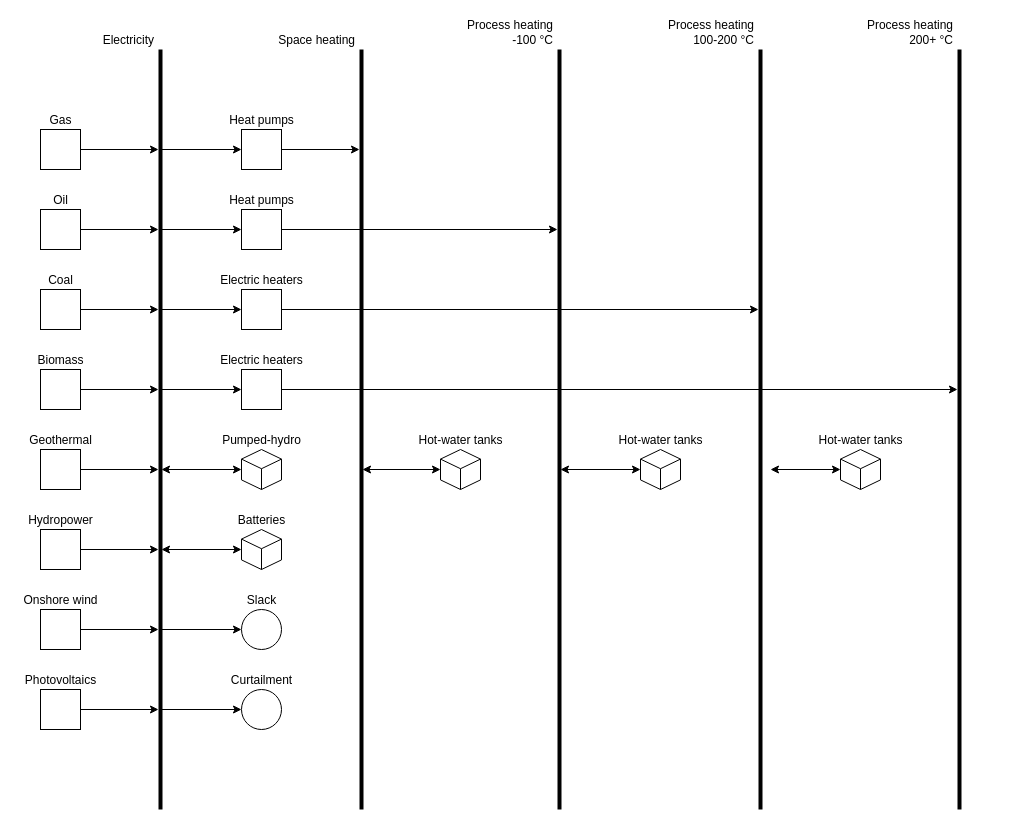
Above: docs/reference_energy_system.drawio in borvendegmate/thesis_bayern_model (draw.io), before the change. Source tidied: cells renumbered, new cells numbered last; positions are measured from the earlier drawing's top-left corner, leaving out a move shared by most shapes. Both pictures are drawn from the tidied source at 100%, with x=0, y=0 at pixel (40, 49).
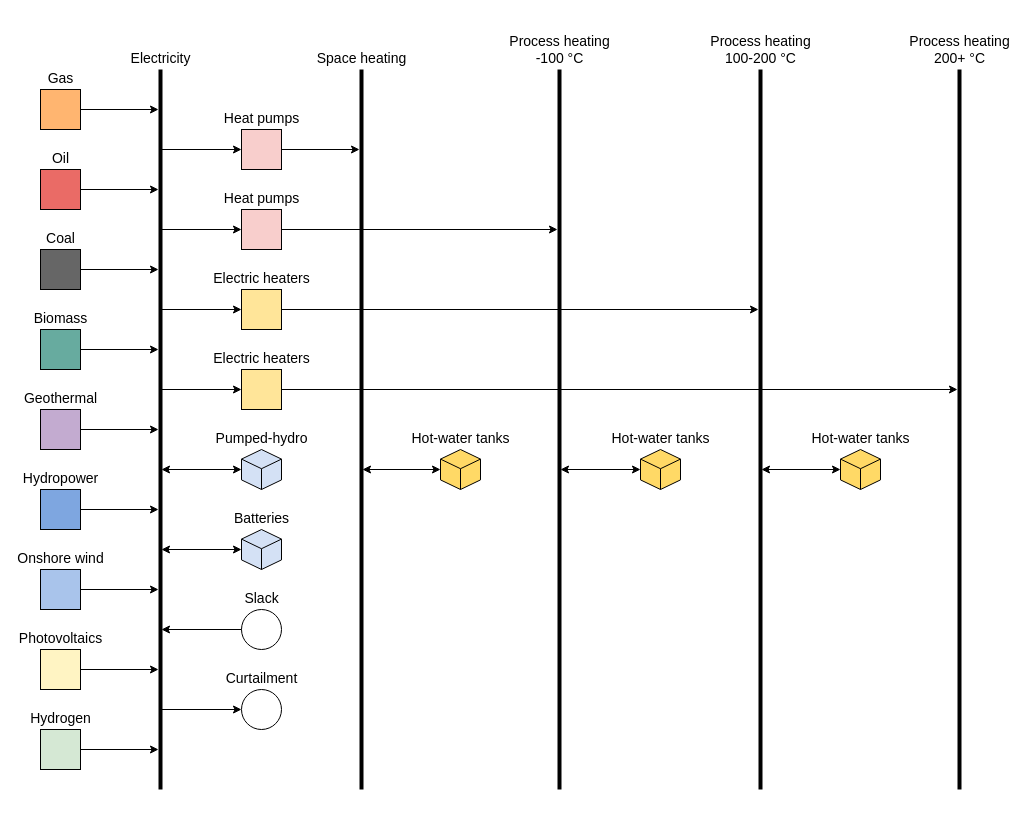
Above is the later version.

What changed in the source:
```diff
@@
-    <mxCell id="2" value="Electricity" style="line;strokeWidth=4;direction=south;html=1;perimeter=backbonePerimeter;points=[];outlineConnect=0;labelPosition=left;verticalLabelPosition=top;align=right;verticalAlign=bottom;horizontal=1;spacingTop=8;spacing=2;" parent="1" vertex="1">
-      <mxGeometry x="115" width="10" height="760" as="geometry" />
+    <mxCell id="2" value="Electricity" style="line;strokeWidth=4;direction=south;html=1;perimeter=backbonePerimeter;points=[];outlineConnect=0;labelPosition=center;verticalLabelPosition=top;align=center;verticalAlign=bottom;horizontal=1;spacingTop=8;spacing=2;fontSize=14;" parent="1" vertex="1">
+      <mxGeometry x="115" y="20" width="10" height="720" as="geometry" />
     </mxCell>
-    <mxCell id="3" value="Space heating" style="line;strokeWidth=4;direction=south;html=1;perimeter=backbonePerimeter;points=[];outlineConnect=0;labelPosition=left;verticalLabelPosition=top;align=right;verticalAlign=bottom;horizontal=1;spacingTop=8;spacing=2;" parent="1" vertex="1">
-      <mxGeometry x="316" width="10" height="760" as="geometry" />
+    <mxCell id="3" value="Space heating" style="line;strokeWidth=4;direction=south;html=1;perimeter=backbonePerimeter;points=[];outlineConnect=0;labelPosition=center;verticalLabelPosition=top;align=center;verticalAlign=bottom;horizontal=1;spacingTop=8;spacing=2;fontSize=14;" parent="1" vertex="1">
+      <mxGeometry x="316" y="20" width="10" height="720" as="geometry" />
     </mxCell>
-    <mxCell id="4" value="Process heating&lt;br&gt;100-200 °C" style="line;strokeWidth=4;direction=south;html=1;perimeter=backbonePerimeter;points=[];outlineConnect=0;labelPosition=left;verticalLabelPosition=top;align=right;verticalAlign=bottom;horizontal=1;spacingTop=8;spacing=2;" parent="1" vertex="1">
-      <mxGeometry x="715" width="10" height="760" as="geometry" />
+    <mxCell id="4" value="Process heating&lt;br style=&quot;font-size: 14px;&quot;&gt;100-200 °C" style="line;strokeWidth=4;direction=south;html=1;perimeter=backbonePerimeter;points=[];outlineConnect=0;labelPosition=center;verticalLabelPosition=top;align=center;verticalAlign=bottom;horizontal=1;spacingTop=8;spacing=2;fontSize=14;" parent="1" vertex="1">
+      <mxGeometry x="715" y="20" width="10" height="720" as="geometry" />
     </mxCell>
-    <mxCell id="5" value="Process heating&lt;br&gt;-100 °C" style="line;strokeWidth=4;direction=south;html=1;perimeter=backbonePerimeter;points=[];outlineConnect=0;labelPosition=left;verticalLabelPosition=top;align=right;verticalAlign=bottom;horizontal=1;spacingTop=8;spacing=2;" parent="1" vertex="1">
-      <mxGeometry x="514" width="10" height="760" as="geometry" />
+    <mxCell id="5" value="Process heating&lt;br style=&quot;font-size: 14px;&quot;&gt;-100 °C" style="line;strokeWidth=4;direction=south;html=1;perimeter=backbonePerimeter;points=[];outlineConnect=0;labelPosition=center;verticalLabelPosition=top;align=center;verticalAlign=bottom;horizontal=1;spacingTop=8;spacing=2;fontSize=14;" parent="1" vertex="1">
+      <mxGeometry x="514" y="20" width="10" height="720" as="geometry" />
     </mxCell>
-    <mxCell id="6" value="Process heating&lt;br&gt;200+&amp;nbsp;°C" style="line;strokeWidth=4;direction=south;html=1;perimeter=backbonePerimeter;points=[];outlineConnect=0;labelPosition=left;verticalLabelPosition=top;align=right;verticalAlign=bottom;horizontal=1;spacingTop=8;spacing=2;" parent="1" vertex="1">
-      <mxGeometry x="914" width="10" height="760" as="geometry" />
+    <mxCell id="6" value="Process heating&lt;br style=&quot;font-size: 14px;&quot;&gt;200+&amp;nbsp;°C" style="line;strokeWidth=4;direction=south;html=1;perimeter=backbonePerimeter;points=[];outlineConnect=0;labelPosition=center;verticalLabelPosition=top;align=center;verticalAlign=bottom;horizontal=1;spacingTop=8;spacing=2;fontSize=14;" parent="1" vertex="1">
+      <mxGeometry x="914" y="20" width="10" height="720" as="geometry" />
     </mxCell>
-    <mxCell id="7" value="Gas" style="rounded=0;html=1;verticalAlign=bottom;labelPosition=center;verticalLabelPosition=top;align=center;" parent="1" vertex="1">
-      <mxGeometry y="80" width="40" height="40" as="geometry" />
+    <mxCell id="7" value="Gas" style="rounded=0;html=1;verticalAlign=bottom;labelPosition=center;verticalLabelPosition=top;align=center;fillColor=#FFB570;fontSize=14;" parent="1" vertex="1">
+      <mxGeometry y="40" width="40" height="40" as="geometry" />
     </mxCell>
-    <mxCell id="8" value="Oil" style="rounded=0;html=1;verticalAlign=bottom;labelPosition=center;verticalLabelPosition=top;align=center;" parent="1" vertex="1">
-      <mxGeometry y="160" width="40" height="40" as="geometry" />
+    <mxCell id="8" value="Oil" style="rounded=0;html=1;verticalAlign=bottom;labelPosition=center;verticalLabelPosition=top;align=center;fillColor=#EA6B66;fontSize=14;" parent="1" vertex="1">
+      <mxGeometry y="120" width="40" height="40" as="geometry" />
     </mxCell>
-    <mxCell id="9" value="Coal" style="rounded=0;html=1;verticalAlign=bottom;labelPosition=center;verticalLabelPosition=top;align=center;" parent="1" vertex="1">
-      <mxGeometry y="240" width="40" height="40" as="geometry" />
+    <mxCell id="9" value="Coal" style="rounded=0;html=1;verticalAlign=bottom;labelPosition=center;verticalLabelPosition=top;align=center;fillColor=#666666;fontSize=14;" parent="1" vertex="1">
+      <mxGeometry y="200" width="40" height="40" as="geometry" />
     </mxCell>
-    <mxCell id="10" value="Biomass" style="rounded=0;html=1;verticalAlign=bottom;labelPosition=center;verticalLabelPosition=top;align=center;" parent="1" vertex="1">
-      <mxGeometry y="320" width="40" height="40" as="geometry" />
+    <mxCell id="10" value="Biomass" style="rounded=0;html=1;verticalAlign=bottom;labelPosition=center;verticalLabelPosition=top;align=center;fillColor=#67AB9F;fontSize=14;" parent="1" vertex="1">
+      <mxGeometry y="280" width="40" height="40" as="geometry" />
     </mxCell>
-    <mxCell id="11" value="Geothermal" style="rounded=0;html=1;verticalAlign=bottom;labelPosition=center;verticalLabelPosition=top;align=center;" parent="1" vertex="1">
-      <mxGeometry y="400" width="40" height="40" as="geometry" />
+    <mxCell id="11" value="Geothermal" style="rounded=0;html=1;verticalAlign=bottom;labelPosition=center;verticalLabelPosition=top;align=center;fillColor=#C3ABD0;fontSize=14;" parent="1" vertex="1">
+      <mxGeometry y="360" width="40" height="40" as="geometry" />
     </mxCell>
-    <mxCell id="12" value="Hydropower" style="rounded=0;html=1;verticalAlign=bottom;labelPosition=center;verticalLabelPosition=top;align=center;direction=south;" parent="1" vertex="1">
-      <mxGeometry y="480" width="40" height="40" as="geometry" />
+    <mxCell id="12" value="Hydropower" style="rounded=0;html=1;verticalAlign=bottom;labelPosition=center;verticalLabelPosition=top;align=center;direction=south;fillColor=#7EA6E0;fontSize=14;" parent="1" vertex="1">
+      <mxGeometry y="440" width="40" height="40" as="geometry" />
     </mxCell>
-    <mxCell id="13" value="Onshore wind" style="rounded=0;html=1;verticalAlign=bottom;labelPosition=center;verticalLabelPosition=top;align=center;" parent="1" vertex="1">
-      <mxGeometry y="560" width="40" height="40" as="geometry" />
+    <mxCell id="13" value="Onshore wind" style="rounded=0;html=1;verticalAlign=bottom;labelPosition=center;verticalLabelPosition=top;align=center;fillColor=#A9C4EB;fontSize=14;" parent="1" vertex="1">
+      <mxGeometry y="520" width="40" height="40" as="geometry" />
     </mxCell>
-    <mxCell id="14" value="Photovoltaics" style="rounded=0;html=1;verticalAlign=bottom;labelPosition=center;verticalLabelPosition=top;align=center;" parent="1" vertex="1">
-      <mxGeometry y="640" width="40" height="40" as="geometry" />
+    <mxCell id="14" value="Photovoltaics" style="rounded=0;html=1;verticalAlign=bottom;labelPosition=center;verticalLabelPosition=top;align=center;fillColor=#FFF4C3;fontSize=14;" parent="1" vertex="1">
+      <mxGeometry y="600" width="40" height="40" as="geometry" />
     </mxCell>
-    <mxCell id="15" style="endArrow=classic;html=1;rounded=0;exitX=1;exitY=0.5;exitDx=0;exitDy=0;" parent="1" edge="1" source="7" target="2">
-      <mxGeometry relative="1" as="geometry" />
+    <mxCell id="15" style="endArrow=classic;html=1;rounded=0;exitX=1;exitY=0.5;exitDx=0;exitDy=0;fontSize=14;" parent="1" edge="1" source="7">
+      <mxGeometry relative="1" as="geometry">
+        <mxPoint x="118" y="60" as="targetPoint" />
+      </mxGeometry>
     </mxCell>
-    <mxCell id="16" style="endArrow=classic;html=1;rounded=0;exitX=1;exitY=0.5;exitDx=0;exitDy=0;" parent="1" edge="1" source="8" target="2">
-      <mxGeometry relative="1" as="geometry" />
+    <mxCell id="16" style="endArrow=classic;html=1;rounded=0;exitX=1;exitY=0.5;exitDx=0;exitDy=0;fontSize=14;" parent="1" edge="1" source="8">
+      <mxGeometry relative="1" as="geometry">
+        <mxPoint x="118" y="140" as="targetPoint" />
+      </mxGeometry>
     </mxCell>
-    <mxCell id="17" style="endArrow=classic;html=1;rounded=0;exitX=1;exitY=0.5;exitDx=0;exitDy=0;" parent="1" edge="1" source="9" target="2">
-      <mxGeometry relative="1" as="geometry" />
+    <mxCell id="17" style="endArrow=classic;html=1;rounded=0;exitX=1;exitY=0.5;exitDx=0;exitDy=0;fontSize=14;" parent="1" edge="1" source="9">
+      <mxGeometry relative="1" as="geometry">
+        <mxPoint x="118" y="220" as="targetPoint" />
+      </mxGeometry>
     </mxCell>
-    <mxCell id="18" style="endArrow=classic;html=1;rounded=0;exitX=1;exitY=0.5;exitDx=0;exitDy=0;" parent="1" edge="1" source="10" target="2">
-      <mxGeometry relative="1" as="geometry" />
+    <mxCell id="18" style="endArrow=classic;html=1;rounded=0;exitX=1;exitY=0.5;exitDx=0;exitDy=0;fontSize=14;" parent="1" edge="1" source="10">
+      <mxGeometry relative="1" as="geometry">
+        <mxPoint x="118" y="300" as="targetPoint" />
+      </mxGeometry>
     </mxCell>
-    <mxCell id="19" style="endArrow=classic;html=1;rounded=0;exitX=1;exitY=0.5;exitDx=0;exitDy=0;" parent="1" edge="1" source="11" target="2">
-      <mxGeometry relative="1" as="geometry" />
+    <mxCell id="19" style="endArrow=classic;html=1;rounded=0;exitX=1;exitY=0.5;exitDx=0;exitDy=0;fontSize=14;" parent="1" edge="1" source="11">
+      <mxGeometry relative="1" as="geometry">
+        <mxPoint x="118" y="380" as="targetPoint" />
+      </mxGeometry>
     </mxCell>
-    <mxCell id="20" style="endArrow=classic;html=1;rounded=0;exitX=0.5;exitY=0;exitDx=0;exitDy=0;" parent="1" edge="1" source="12" target="2">
-      <mxGeometry relative="1" as="geometry" />
+    <mxCell id="20" style="endArrow=classic;html=1;rounded=0;exitX=0.5;exitY=0;exitDx=0;exitDy=0;fontSize=14;" parent="1" edge="1" source="12">
+      <mxGeometry relative="1" as="geometry">
+        <mxPoint x="118" y="460" as="targetPoint" />
+      </mxGeometry>
     </mxCell>
-    <mxCell id="21" style="endArrow=classic;html=1;rounded=0;exitX=1;exitY=0.5;exitDx=0;exitDy=0;" parent="1" edge="1" source="13" target="2">
-      <mxGeometry relative="1" as="geometry" />
+    <mxCell id="21" style="endArrow=classic;html=1;rounded=0;exitX=1;exitY=0.5;exitDx=0;exitDy=0;fontSize=14;" parent="1" edge="1" source="13">
+      <mxGeometry relative="1" as="geometry">
+        <mxPoint x="118" y="540" as="targetPoint" />
+      </mxGeometry>
     </mxCell>
-    <mxCell id="22" style="endArrow=classic;html=1;rounded=0;exitX=1;exitY=0.5;exitDx=0;exitDy=0;" parent="1" edge="1" source="14" target="2">
-      <mxGeometry relative="1" as="geometry" />
+    <mxCell id="22" style="endArrow=classic;html=1;rounded=0;exitX=1;exitY=0.5;exitDx=0;exitDy=0;fontSize=14;" parent="1" edge="1" source="14">
+      <mxGeometry relative="1" as="geometry">
+        <mxPoint x="118" y="620" as="targetPoint" />
+      </mxGeometry>
     </mxCell>
-    <mxCell id="23" value="Heat pumps" style="rounded=0;html=1;verticalAlign=bottom;labelPosition=center;verticalLabelPosition=top;align=center;" parent="1" vertex="1">
+    <mxCell id="23" value="Heat pumps" style="rounded=0;html=1;verticalAlign=bottom;labelPosition=center;verticalLabelPosition=top;align=center;fillColor=#F8CECC;fontSize=14;" parent="1" vertex="1">
       <mxGeometry x="201" y="80" width="40" height="40" as="geometry" />
     </mxCell>
-    <mxCell id="24" style="endArrow=classic;html=1;rounded=0;entryX=0;entryY=0.5;entryDx=0;entryDy=0;" parent="1" edge="1" source="2" target="23">
+    <mxCell id="24" style="endArrow=classic;html=1;rounded=0;entryX=0;entryY=0.5;entryDx=0;entryDy=0;fontSize=14;" parent="1" edge="1" source="2" target="23">
       <mxGeometry relative="1" as="geometry" />
     </mxCell>
-    <mxCell id="25" style="endArrow=classic;html=1;rounded=0;exitX=1;exitY=0.5;exitDx=0;exitDy=0;" parent="1" edge="1" source="23" target="3">
+    <mxCell id="25" style="endArrow=classic;html=1;rounded=0;exitX=1;exitY=0.5;exitDx=0;exitDy=0;fontSize=14;" parent="1" edge="1" source="23" target="3">
       <mxGeometry relative="1" as="geometry" />
     </mxCell>
-    <mxCell id="26" value="Heat pumps" style="rounded=0;html=1;verticalAlign=bottom;labelPosition=center;verticalLabelPosition=top;align=center;" parent="1" vertex="1">
+    <mxCell id="26" value="Heat pumps" style="rounded=0;html=1;verticalAlign=bottom;labelPosition=center;verticalLabelPosition=top;align=center;fillColor=#F8CECC;fontSize=14;" parent="1" vertex="1">
       <mxGeometry x="201" y="160" width="40" height="40" as="geometry" />
     </mxCell>
-    <mxCell id="27" style="endArrow=classic;html=1;rounded=0;entryX=0;entryY=0.5;entryDx=0;entryDy=0;" parent="1" edge="1" source="2" target="26">
+    <mxCell id="27" style="endArrow=classic;html=1;rounded=0;entryX=0;entryY=0.5;entryDx=0;entryDy=0;fontSize=14;" parent="1" edge="1" source="2" target="26">
       <mxGeometry relative="1" as="geometry" />
     </mxCell>
-    <mxCell id="28" style="endArrow=classic;html=1;rounded=0;exitX=1;exitY=0.5;exitDx=0;exitDy=0;" parent="1" edge="1" source="26" target="5">
+    <mxCell id="28" style="endArrow=classic;html=1;rounded=0;exitX=1;exitY=0.5;exitDx=0;exitDy=0;fontSize=14;" parent="1" edge="1" source="26" target="5">
       <mxGeometry relative="1" as="geometry" />
     </mxCell>
-    <mxCell id="29" value="Electric heaters" style="rounded=0;html=1;verticalAlign=bottom;labelPosition=center;verticalLabelPosition=top;align=center;" parent="1" vertex="1">
+    <mxCell id="29" value="Electric heaters" style="rounded=0;html=1;verticalAlign=bottom;labelPosition=center;verticalLabelPosition=top;align=center;fillColor=#FFE599;fontSize=14;" parent="1" vertex="1">
       <mxGeometry x="201" y="240" width="40" height="40" as="geometry" />
     </mxCell>
-    <mxCell id="30" style="endArrow=classic;html=1;rounded=0;entryX=0;entryY=0.5;entryDx=0;entryDy=0;" parent="1" edge="1" source="2" target="29">
+    <mxCell id="30" style="endArrow=classic;html=1;rounded=0;entryX=0;entryY=0.5;entryDx=0;entryDy=0;fontSize=14;" parent="1" edge="1" source="2" target="29">
       <mxGeometry relative="1" as="geometry" />
     </mxCell>
-    <mxCell id="31" style="endArrow=classic;html=1;rounded=0;exitX=1;exitY=0.5;exitDx=0;exitDy=0;" parent="1" edge="1" source="29" target="4">
+    <mxCell id="31" style="endArrow=classic;html=1;rounded=0;exitX=1;exitY=0.5;exitDx=0;exitDy=0;fontSize=14;" parent="1" edge="1" source="29" target="4">
       <mxGeometry relative="1" as="geometry" />
     </mxCell>
-    <mxCell id="32" value="Electric heaters" style="rounded=0;html=1;verticalAlign=bottom;labelPosition=center;verticalLabelPosition=top;align=center;" parent="1" vertex="1">
+    <mxCell id="32" value="Electric heaters" style="rounded=0;html=1;verticalAlign=bottom;labelPosition=center;verticalLabelPosition=top;align=center;fillColor=#FFE599;fontSize=14;" parent="1" vertex="1">
       <mxGeometry x="201" y="320" width="40" height="40" as="geometry" />
     </mxCell>
-    <mxCell id="33" style="endArrow=classic;html=1;rounded=0;entryX=0;entryY=0.5;entryDx=0;entryDy=0;" parent="1" edge="1" source="2" target="32">
+    <mxCell id="33" style="endArrow=classic;html=1;rounded=0;entryX=0;entryY=0.5;entryDx=0;entryDy=0;fontSize=14;" parent="1" edge="1" source="2" target="32">
       <mxGeometry relative="1" as="geometry" />
     </mxCell>
-    <mxCell id="34" style="endArrow=classic;html=1;rounded=0;exitX=1;exitY=0.5;exitDx=0;exitDy=0;" parent="1" edge="1" source="32" target="6">
+    <mxCell id="34" style="endArrow=classic;html=1;rounded=0;exitX=1;exitY=0.5;exitDx=0;exitDy=0;fontSize=14;" parent="1" edge="1" source="32" target="6">
       <mxGeometry relative="1" as="geometry" />
     </mxCell>
-    <mxCell id="35" value="Pumped-hydro" style="html=1;shape=isoCube2;backgroundOutline=1;isoAngle=15;labelPosition=center;verticalLabelPosition=top;align=center;verticalAlign=bottom;" parent="1" vertex="1">
+    <mxCell id="35" value="Pumped-hydro" style="html=1;shape=isoCube2;backgroundOutline=1;isoAngle=15;labelPosition=center;verticalLabelPosition=top;align=center;verticalAlign=bottom;fillColor=#D4E1F5;fontSize=14;" parent="1" vertex="1">
       <mxGeometry x="201" y="400" width="40" height="40" as="geometry" />
     </mxCell>
-    <mxCell id="36" value="Batteries" style="html=1;shape=isoCube2;backgroundOutline=1;isoAngle=15;labelPosition=center;verticalLabelPosition=top;align=center;verticalAlign=bottom;" parent="1" vertex="1">
+    <mxCell id="36" value="Batteries" style="html=1;shape=isoCube2;backgroundOutline=1;isoAngle=15;labelPosition=center;verticalLabelPosition=top;align=center;verticalAlign=bottom;fillColor=#D4E1F5;fontSize=14;" parent="1" vertex="1">
       <mxGeometry x="201" y="480" width="40" height="40" as="geometry" />
     </mxCell>
-    <mxCell id="37" value="Hot-water tanks" style="html=1;shape=isoCube2;backgroundOutline=1;isoAngle=15;labelPosition=center;verticalLabelPosition=top;align=center;verticalAlign=bottom;" parent="1" vertex="1">
+    <mxCell id="37" value="Hot-water tanks" style="html=1;shape=isoCube2;backgroundOutline=1;isoAngle=15;labelPosition=center;verticalLabelPosition=top;align=center;verticalAlign=bottom;fillColor=#FFD966;fontSize=14;" parent="1" vertex="1">
       <mxGeometry x="400" y="400" width="40" height="40" as="geometry" />
     </mxCell>
-    <mxCell id="38" value="Hot-water tanks" style="html=1;shape=isoCube2;backgroundOutline=1;isoAngle=15;labelPosition=center;verticalLabelPosition=top;align=center;verticalAlign=bottom;" parent="1" vertex="1">
+    <mxCell id="38" value="Hot-water tanks" style="html=1;shape=isoCube2;backgroundOutline=1;isoAngle=15;labelPosition=center;verticalLabelPosition=top;align=center;verticalAlign=bottom;fillColor=#FFD966;fontSize=14;" parent="1" vertex="1">
       <mxGeometry x="600" y="400" width="40" height="40" as="geometry" />
     </mxCell>
-    <mxCell id="39" value="Hot-water tanks" style="html=1;shape=isoCube2;backgroundOutline=1;isoAngle=15;labelPosition=center;verticalLabelPosition=top;align=center;verticalAlign=bottom;" parent="1" vertex="1">
+    <mxCell id="39" value="Hot-water tanks" style="html=1;shape=isoCube2;backgroundOutline=1;isoAngle=15;labelPosition=center;verticalLabelPosition=top;align=center;verticalAlign=bottom;fillColor=#FFD966;fontSize=14;" parent="1" vertex="1">
       <mxGeometry x="800" y="400" width="40" height="40" as="geometry" />
     </mxCell>
-    <mxCell id="40" style="endArrow=classic;startArrow=classic;html=1;rounded=0;entryX=0;entryY=0.5;entryDx=0;entryDy=0;entryPerimeter=0;" parent="1" edge="1" source="2" target="35">
+    <mxCell id="40" style="endArrow=classic;startArrow=classic;html=1;rounded=0;entryX=0;entryY=0.5;entryDx=0;entryDy=0;entryPerimeter=0;fontSize=14;" parent="1" edge="1" source="2" target="35">
       <mxGeometry relative="1" as="geometry" />
     </mxCell>
-    <mxCell id="41" style="endArrow=classic;startArrow=classic;html=1;rounded=0;entryX=0;entryY=0.5;entryDx=0;entryDy=0;entryPerimeter=0;" parent="1" edge="1" source="2" target="36">
+    <mxCell id="41" style="endArrow=classic;startArrow=classic;html=1;rounded=0;entryX=0;entryY=0.5;entryDx=0;entryDy=0;entryPerimeter=0;fontSize=14;" parent="1" edge="1" source="2" target="36">
       <mxGeometry relative="1" as="geometry" />
     </mxCell>
-    <mxCell id="42" style="endArrow=classic;startArrow=classic;html=1;rounded=0;entryX=0;entryY=0.5;entryDx=0;entryDy=0;entryPerimeter=0;" parent="1" edge="1" source="3" target="37">
+    <mxCell id="42" style="endArrow=classic;startArrow=classic;html=1;rounded=0;entryX=0;entryY=0.5;entryDx=0;entryDy=0;entryPerimeter=0;fontSize=14;" parent="1" edge="1" source="3" target="37">
       <mxGeometry relative="1" as="geometry" />
     </mxCell>
-    <mxCell id="43" style="endArrow=classic;startArrow=classic;html=1;rounded=0;entryX=0;entryY=0.5;entryDx=0;entryDy=0;entryPerimeter=0;" parent="1" edge="1" source="5" target="38">
+    <mxCell id="43" style="endArrow=classic;startArrow=classic;html=1;rounded=0;entryX=0;entryY=0.5;entryDx=0;entryDy=0;entryPerimeter=0;fontSize=14;" parent="1" edge="1" source="5" target="38">
       <mxGeometry relative="1" as="geometry" />
     </mxCell>
-    <mxCell id="44" style="endArrow=classic;startArrow=classic;html=1;rounded=0;entryX=0;entryY=0.5;entryDx=0;entryDy=0;entryPerimeter=0;" parent="1" edge="1" target="39">
-      <mxGeometry relative="1" as="geometry">
-        <mxPoint x="730" y="420" as="sourcePoint" />
-      </mxGeometry>
+    <mxCell id="44" style="endArrow=classic;startArrow=classic;html=1;rounded=0;entryX=0;entryY=0.5;entryDx=0;entryDy=0;entryPerimeter=0;fontSize=14;" parent="1" edge="1" source="4" target="39">
+      <mxGeometry relative="1" as="geometry" />
     </mxCell>
-    <mxCell id="45" value="Slack" style="ellipse;html=1;labelPosition=center;verticalLabelPosition=top;align=center;verticalAlign=bottom;" parent="1" vertex="1">
+    <mxCell id="45" value="Slack" style="ellipse;html=1;labelPosition=center;verticalLabelPosition=top;align=center;verticalAlign=bottom;fontSize=14;" parent="1" vertex="1">
       <mxGeometry x="201" y="560" width="40" height="40" as="geometry" />
     </mxCell>
-    <mxCell id="46" value="Curtailment" style="ellipse;html=1;labelPosition=center;verticalLabelPosition=top;align=center;verticalAlign=bottom;" parent="1" vertex="1">
+    <mxCell id="46" value="Curtailment" style="ellipse;html=1;labelPosition=center;verticalLabelPosition=top;align=center;verticalAlign=bottom;fontSize=14;" parent="1" vertex="1">
       <mxGeometry x="201" y="640" width="40" height="40" as="geometry" />
     </mxCell>
-    <mxCell id="47" style="endArrow=classic;html=1;rounded=0;entryX=0;entryY=0.5;entryDx=0;entryDy=0;" parent="1" edge="1" source="2" target="45">
+    <mxCell id="47" style="endArrow=classic;html=1;rounded=0;exitX=0;exitY=0.5;exitDx=0;exitDy=0;fontSize=14;" parent="1" edge="1" source="45" target="2">
       <mxGeometry relative="1" as="geometry" />
     </mxCell>
-    <mxCell id="48" style="endArrow=classic;html=1;rounded=0;entryX=0;entryY=0.5;entryDx=0;entryDy=0;" parent="1" edge="1" source="2" target="46">
+    <mxCell id="48" style="endArrow=classic;html=1;rounded=0;entryX=0;entryY=0.5;entryDx=0;entryDy=0;fontSize=14;" parent="1" edge="1" source="2" target="46">
       <mxGeometry relative="1" as="geometry" />
     </mxCell>
+    <mxCell id="49" value="Hydrogen" style="rounded=0;html=1;verticalAlign=bottom;labelPosition=center;verticalLabelPosition=top;align=center;fillColor=#D5E8D4;fontSize=14;" parent="1" vertex="1">
+      <mxGeometry y="680" width="40" height="40" as="geometry" />
+    </mxCell>
+    <mxCell id="50" style="endArrow=classic;html=1;rounded=0;exitX=1;exitY=0.5;exitDx=0;exitDy=0;fontSize=14;" parent="1" edge="1" source="49" target="2">
+      <mxGeometry relative="1" as="geometry" />
+    </mxCell>
```
